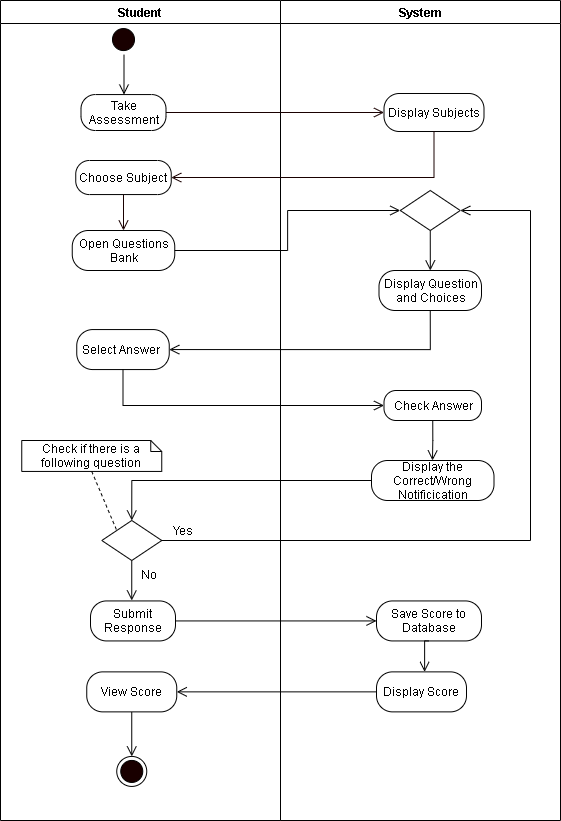
The draw.io diagram REVISIONS/UML-DIAGRAMS/6-28-2021/ACTIVITY DIAGRAM/27-Take Assessment.png in mrklglsn/CAPSTONE-FILES, before a commit. Source tidied: cells renumbered, new cells last; positions are measured from the earlier drawing's top-left corner, leaving out a move shared by most shapes.
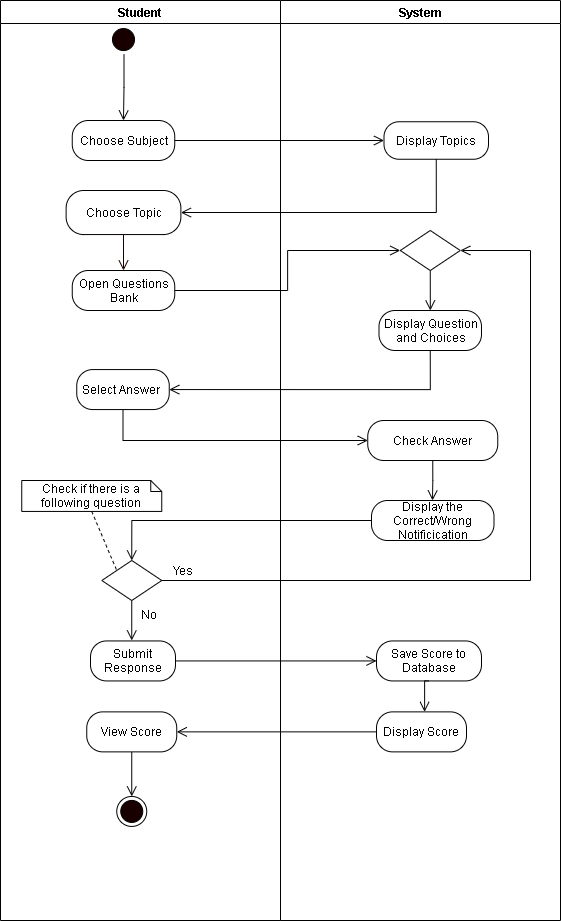
Later version of the same file.

What changed in the source:
```diff
@@ -3,72 +3,69 @@
     <mxCell id="0" />
     <mxCell id="1" parent="0" />
     <mxCell id="2" value="Student" style="swimlane;startSize=23;" parent="1" vertex="1">
-      <mxGeometry width="280" height="820" as="geometry" />
+      <mxGeometry y="-40" width="280" height="920" as="geometry" />
     </mxCell>
     <mxCell id="3" style="edgeStyle=orthogonalEdgeStyle;rounded=0;jettySize=auto;html=1;exitX=0.5;exitY=1;exitDx=0;exitDy=0;entryX=0.5;entryY=0;entryDx=0;entryDy=0;endArrow=open;endFill=0;endSize=8;" parent="2" edge="1" source="4" target="5">
       <mxGeometry relative="1" as="geometry" />
     </mxCell>
     <mxCell id="4" value="View Score" style="rounded=1;whiteSpace=wrap;html=1;arcSize=40;" parent="2" vertex="1">
-      <mxGeometry x="86.3" y="671.4" width="90" height="40" as="geometry" />
+      <mxGeometry x="86.3" y="711.4" width="90" height="40" as="geometry" />
     </mxCell>
     <mxCell id="5" style="ellipse;html=1;shape=endState;fillColor=#190000;" parent="2" vertex="1">
-      <mxGeometry x="116.3" y="755.9" width="30" height="30" as="geometry" />
+      <mxGeometry x="116.3" y="795.9" width="30" height="30" as="geometry" />
     </mxCell>
     <mxCell id="6" value="Open Questions Bank" style="rounded=1;whiteSpace=wrap;html=1;arcSize=40;" parent="2" vertex="1">
-      <mxGeometry x="71.7" y="230" width="102.5" height="40" as="geometry" />
+      <mxGeometry x="71.7" y="270" width="102.5" height="40" as="geometry" />
     </mxCell>
     <mxCell id="7" value="Check if there is a following question" style="shape=note;size=11;whiteSpace=wrap;html=1;strokeWidth=1;" parent="2" vertex="1">
-      <mxGeometry x="21.3" y="440" width="140" height="30.9" as="geometry" />
+      <mxGeometry x="21.3" y="480" width="140" height="30.9" as="geometry" />
     </mxCell>
-    <mxCell id="8" value="Choose Subject" style="rounded=1;whiteSpace=wrap;html=1;arcSize=40;" parent="2" vertex="1">
-      <mxGeometry x="75.2" y="160" width="95.5" height="34.1" as="geometry" />
+    <mxCell id="8" value="Choose Topic" style="rounded=1;whiteSpace=wrap;html=1;arcSize=40;" parent="2" vertex="1">
+      <mxGeometry x="65.6" y="190" width="114.8" height="44.1" as="geometry" />
     </mxCell>
     <mxCell id="9" style="edgeStyle=orthogonalEdgeStyle;rounded=0;jettySize=auto;html=1;exitX=0.5;exitY=1;exitDx=0;exitDy=0;entryX=0.5;entryY=0;entryDx=0;entryDy=0;fontColor=#FFFFFF;endArrow=open;endFill=0;endSize=8;strokeColor=#190000;" parent="2" edge="1" source="8" target="6">
       <mxGeometry relative="1" as="geometry" />
     </mxCell>
+    <mxCell id="40" value="Choose Subject" style="rounded=1;whiteSpace=wrap;html=1;arcSize=40;" parent="2" vertex="1">
+      <mxGeometry x="71.8" y="120" width="102.5" height="40" as="geometry" />
+    </mxCell>
     <mxCell id="10" value="System" style="swimlane;" parent="1" vertex="1">
-      <mxGeometry x="280" width="280" height="820" as="geometry" />
+      <mxGeometry x="280" y="-40" width="280" height="920" as="geometry" />
     </mxCell>
-    <mxCell id="11" value="Display Subjects" style="rounded=1;whiteSpace=wrap;html=1;arcSize=40;" parent="10" vertex="1">
-      <mxGeometry x="103.5" y="93" width="100" height="38" as="geometry" />
-    </mxCell>
     <mxCell id="12" value="Save Score to Database" style="rounded=1;whiteSpace=wrap;html=1;arcSize=40;" parent="10" vertex="1">
-      <mxGeometry x="96" y="600.4" width="105" height="40" as="geometry" />
+      <mxGeometry x="96" y="640.4" width="105" height="40" as="geometry" />
     </mxCell>
     <mxCell id="13" style="edgeStyle=orthogonalEdgeStyle;rounded=0;jettySize=auto;html=1;exitX=0.5;exitY=1;exitDx=0;exitDy=0;entryX=0.5;entryY=0;entryDx=0;entryDy=0;endArrow=open;endFill=0;endSize=8;" parent="10" edge="1" source="12">
       <mxGeometry relative="1" as="geometry">
-        <mxPoint x="144.1" y="671.4" as="targetPoint" />
+        <mxPoint x="144.1" y="711.4" as="targetPoint" />
       </mxGeometry>
     </mxCell>
     <mxCell id="14" value="Display the Correct/Wrong Notificication" style="rounded=1;whiteSpace=wrap;html=1;arcSize=40;" parent="10" vertex="1">
-      <mxGeometry x="91" y="460" width="122.5" height="40" as="geometry" />
+      <mxGeometry x="91" y="500" width="122.5" height="40" as="geometry" />
     </mxCell>
     <mxCell id="15" value="Display Question and Choices" style="rounded=1;whiteSpace=wrap;html=1;arcSize=40;" parent="10" vertex="1">
-      <mxGeometry x="98.5" y="270" width="102.5" height="40" as="geometry" />
+      <mxGeometry x="98.5" y="310" width="102.5" height="40" as="geometry" />
     </mxCell>
     <mxCell id="16" style="edgeStyle=orthogonalEdgeStyle;rounded=0;jumpStyle=arc;jumpSize=14;jettySize=auto;html=1;exitX=0.5;exitY=1;exitDx=0;exitDy=0;endArrow=open;endFill=0;startSize=9;endSize=8;" parent="10" edge="1" source="17" target="15">
       <mxGeometry relative="1" as="geometry" />
     </mxCell>
     <mxCell id="17" style="rhombus;whiteSpace=wrap;html=1;" parent="10" vertex="1">
-      <mxGeometry x="119.8" y="190" width="60" height="40" as="geometry" />
+      <mxGeometry x="119.8" y="230" width="60" height="40" as="geometry" />
     </mxCell>
     <mxCell id="18" style="edgeStyle=orthogonalEdgeStyle;rounded=0;jettySize=auto;html=1;exitX=0.5;exitY=1;exitDx=0;exitDy=0;endArrow=open;endFill=0;endSize=8;" parent="10" edge="1" source="19">
       <mxGeometry relative="1" as="geometry">
-        <mxPoint x="152" y="460" as="targetPoint" />
+        <mxPoint x="152" y="500" as="targetPoint" />
       </mxGeometry>
     </mxCell>
     <mxCell id="19" value="Check Answer" style="rounded=1;whiteSpace=wrap;html=1;arcSize=40;" parent="10" vertex="1">
-      <mxGeometry x="103.5" y="390" width="97.5" height="30" as="geometry" />
+      <mxGeometry x="87.3" y="420" width="130" height="40" as="geometry" />
     </mxCell>
     <mxCell id="20" value="Display Score" style="rounded=1;whiteSpace=wrap;html=1;arcSize=40;" parent="10" vertex="1">
-      <mxGeometry x="96" y="671.4" width="90" height="40" as="geometry" />
+      <mxGeometry x="96" y="711.4" width="90" height="40" as="geometry" />
     </mxCell>
-    <mxCell id="21" style="edgeStyle=orthogonalEdgeStyle;rounded=0;jettySize=auto;html=1;exitX=1;exitY=0.5;exitDx=0;exitDy=0;entryX=0;entryY=0.5;entryDx=0;entryDy=0;fontColor=#FFFFFF;endArrow=open;endFill=0;endSize=8;strokeColor=#190000;" parent="1" edge="1" source="27" target="11">
-      <mxGeometry relative="1" as="geometry" />
-    </mxCell>
-    <mxCell id="22" style="edgeStyle=orthogonalEdgeStyle;rounded=0;jettySize=auto;html=1;exitX=0.5;exitY=1;exitDx=0;exitDy=0;entryX=1;entryY=0.5;entryDx=0;entryDy=0;fontColor=#FFFFFF;endArrow=open;endFill=0;endSize=8;strokeColor=#190000;" parent="1" edge="1" source="11" target="8">
-      <mxGeometry relative="1" as="geometry" />
-    </mxCell>
+    <mxCell id="41" value="Display Topics" style="rounded=1;whiteSpace=wrap;html=1;arcSize=40;" parent="10" vertex="1">
+      <mxGeometry x="103.5" y="121.2" width="104.5" height="37.5" as="geometry" />
+    </mxCell>
     <mxCell id="23" style="edgeStyle=orthogonalEdgeStyle;rounded=0;jettySize=auto;html=1;exitX=1;exitY=0.5;exitDx=0;exitDy=0;endArrow=open;endFill=0;endSize=8;entryX=0;entryY=0.5;entryDx=0;entryDy=0;" parent="1" edge="1" source="28" target="12">
       <mxGeometry relative="1" as="geometry" />
     </mxCell>
@@ -76,17 +73,13 @@
       <mxGeometry relative="1" as="geometry" />
     </mxCell>
     <mxCell id="25" style="ellipse;html=1;shape=startState;fillColor=#190000;" parent="1" vertex="1">
-      <mxGeometry x="108" y="24.1" width="30" height="30" as="geometry" />
+      <mxGeometry x="108" y="-15.9" width="30" height="30" as="geometry" />
     </mxCell>
-    <mxCell id="26" style="edgeStyle=orthogonalEdgeStyle;html=1;verticalAlign=bottom;endArrow=open;endSize=8;" parent="1" edge="1">
+    <mxCell id="26" style="edgeStyle=orthogonalEdgeStyle;html=1;verticalAlign=bottom;endArrow=open;endSize=8;entryX=0.5;entryY=0;entryDx=0;entryDy=0;rounded=0;" parent="1" edge="1" target="40">
       <mxGeometry relative="1" as="geometry">
-        <mxPoint x="123.5" y="54.1" as="sourcePoint" />
-        <mxPoint x="123.5" y="94.1" as="targetPoint" />
+        <mxPoint x="123.5" y="14.1" as="sourcePoint" />
       </mxGeometry>
     </mxCell>
-    <mxCell id="27" value="Take Assessment" style="rounded=1;whiteSpace=wrap;html=1;arcSize=40;" parent="1" vertex="1">
-      <mxGeometry x="80.5" y="94.1" width="85" height="35.9" as="geometry" />
-    </mxCell>
     <mxCell id="28" value="Submit Response" style="rounded=1;whiteSpace=wrap;html=1;arcSize=40;" parent="1" vertex="1">
       <mxGeometry x="90" y="600.4" width="85" height="40" as="geometry" />
     </mxCell>
@@ -130,5 +123,11 @@
     <mxCell id="39" style="edgeStyle=orthogonalEdgeStyle;rounded=0;jumpStyle=arc;jumpSize=14;jettySize=auto;html=1;exitX=0;exitY=0.5;exitDx=0;exitDy=0;entryX=0.5;entryY=0;entryDx=0;entryDy=0;endArrow=open;endFill=0;startSize=9;endSize=8;" parent="1" edge="1" source="14" target="32">
       <mxGeometry relative="1" as="geometry" />
     </mxCell>
+    <mxCell id="42" style="edgeStyle=orthogonalEdgeStyle;rounded=0;jettySize=auto;html=1;exitX=1;exitY=0.5;exitDx=0;exitDy=0;entryX=0;entryY=0.5;entryDx=0;entryDy=0;endArrow=open;endFill=0;endSize=8;" parent="1" edge="1" source="40" target="41">
+      <mxGeometry relative="1" as="geometry" />
+    </mxCell>
+    <mxCell id="43" style="edgeStyle=orthogonalEdgeStyle;rounded=0;jettySize=auto;html=1;exitX=0.5;exitY=1;exitDx=0;exitDy=0;entryX=1;entryY=0.5;entryDx=0;entryDy=0;endArrow=open;endFill=0;endSize=8;" parent="1" edge="1" source="41" target="8">
+      <mxGeometry relative="1" as="geometry" />
+    </mxCell>
   </root>
 </mxGraphModel>
```
